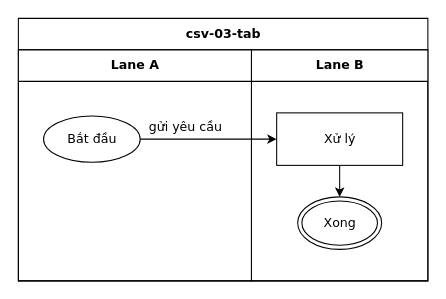
Above: conformance/golden/optimize/cases-csv-03-tab.drawio in luytbq/flowcast (draw.io), before the change. Source tidied: cells renumbered, new cells numbered last; positions are measured from the earlier drawing's top-left corner, leaving out a move shared by most shapes. Both pictures are drawn from the tidied source at 105%, with x=0, y=0 at pixel (18, 18).
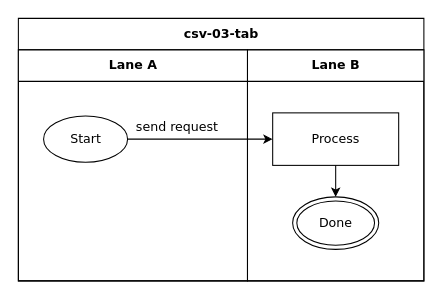
The same diagram, later.

What changed in the source:
```diff
@@
 <mxGraphModel>
   <root>
     <mxCell id="0" />
     <mxCell id="1" parent="0" />
     <mxCell id="2" value="csv-03-tab" style="swimlane;html=1;startSize=30;fontStyle=1;fontFamily=Verdana;fontSize=12;flowtable=1;" parent="1" vertex="1">
-      <mxGeometry width="390" height="250" as="geometry" />
+      <mxGeometry width="386.2" height="250" as="geometry" />
     </mxCell>
     <mxCell id="3" value="Lane A" style="swimlane;html=1;startSize=30;fontFamily=Verdana;fontSize=12;flowtable=1;" parent="2" vertex="1">
-      <mxGeometry y="30" width="222" height="220" as="geometry" />
+      <mxGeometry y="30" width="218.2" height="220" as="geometry" />
     </mxCell>
     <mxCell id="4" value="Lane B" style="swimlane;html=1;startSize=30;fontFamily=Verdana;fontSize=12;flowtable=1;" parent="2" vertex="1">
-      <mxGeometry x="222" y="30" width="168" height="220" as="geometry" />
+      <mxGeometry x="218.2" y="30" width="168" height="220" as="geometry" />
     </mxCell>
-    <mxCell id="5" value="Bắt đầu" style="ellipse;html=1;fontFamily=Verdana;fontSize=12;flowtable=1;" parent="3" vertex="1">
-      <mxGeometry x="24" y="63" width="92" height="44" as="geometry" />
+    <mxCell id="5" value="Start" style="ellipse;html=1;fontFamily=Verdana;fontSize=12;flowtable=1;" parent="3" vertex="1">
+      <mxGeometry x="24" y="63" width="80" height="44" as="geometry" />
     </mxCell>
-    <mxCell id="6" value="Xử lý" style="rounded=0;html=1;fontFamily=Verdana;fontSize=12;flowtable=1;" parent="4" vertex="1">
+    <mxCell id="6" value="Process" style="rounded=0;html=1;fontFamily=Verdana;fontSize=12;flowtable=1;" parent="4" vertex="1">
       <mxGeometry x="24" y="60" width="120" height="50" as="geometry" />
     </mxCell>
-    <mxCell id="7" value="Xong" style="shape=doubleEllipse;html=1;fontFamily=Verdana;fontSize=12;flowtable=1;" parent="4" vertex="1">
-      <mxGeometry x="44" y="140" width="80" height="50" as="geometry" />
+    <mxCell id="7" value="Done" style="shape=doubleEllipse;html=1;fontFamily=Verdana;fontSize=12;flowtable=1;" parent="4" vertex="1">
+      <mxGeometry x="43" y="140" width="82" height="50" as="geometry" />
     </mxCell>
-    <mxCell id="8" value="gửi yêu cầu" style="edgeStyle=orthogonalEdgeStyle;rounded=0;jettySize=auto;html=1;labelBackgroundColor=default;exitX=1;exitY=0.5;exitDx=0;exitDy=0;entryX=0;entryY=0.5;entryDx=0;entryDy=0;fontFamily=Verdana;fontSize=12;flowtable=1;" parent="2" edge="1" source="5" target="6">
-      <mxGeometry x="-0.34" relative="1" as="geometry">
+    <mxCell id="8" value="send request" style="edgeStyle=orthogonalEdgeStyle;rounded=0;jettySize=auto;html=1;labelBackgroundColor=default;exitX=1;exitY=0.5;exitDx=0;exitDy=0;entryX=0;entryY=0.5;entryDx=0;entryDy=0;fontFamily=Verdana;fontSize=12;flowtable=1;" parent="2" edge="1" source="5" target="6">
+      <mxGeometry x="-0.32" relative="1" as="geometry">
         <mxPoint y="-11.5" as="offset" />
       </mxGeometry>
     </mxCell>
     <mxCell id="9" style="edgeStyle=orthogonalEdgeStyle;rounded=0;jettySize=auto;html=1;labelBackgroundColor=default;exitX=0.5;exitY=1;exitDx=0;exitDy=0;entryX=0.5;entryY=0;entryDx=0;entryDy=0;fontFamily=Verdana;fontSize=12;flowtable=1;" parent="2" edge="1" source="6" target="7">
       <mxGeometry relative="1" as="geometry" />
     </mxCell>
   </root>
 </mxGraphModel>
```
